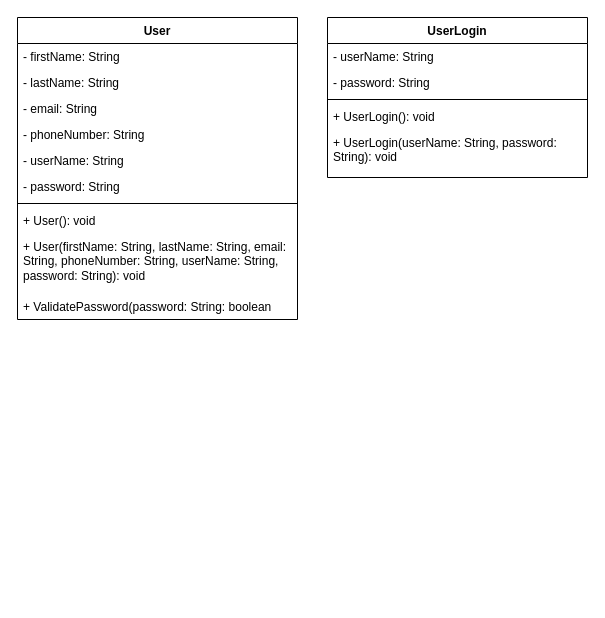
Before: Documents/UMLClassDiagrams.drawio in MTeixeiraGCU/CST-341-CLC-Project, a draw.io diagram. Source tidied: cells renumbered, new cells numbered last; positions are measured from the earlier drawing's top-left corner, leaving out a move shared by most shapes. Both pictures are drawn from the tidied source at 100%, with x=0, y=0 at pixel (17, 17).
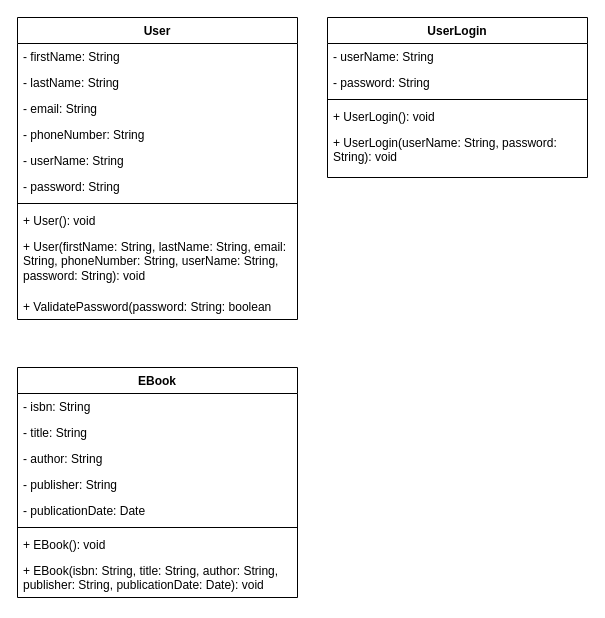
The same diagram, later.

Commit message (it also covers changes not shown here):
Created new EBook object class. Added UML and ER representations of the new class. Added a DAO object to handle the new class.

The edit, as a diff of the source:
```diff
@@
+    <mxCell id="19" value="EBook" style="swimlane;fontStyle=1;align=center;verticalAlign=top;horizontal=1;startSize=26;" parent="1" vertex="1">
+      <mxGeometry y="350" width="280" height="230" as="geometry" />
+    </mxCell>
+    <mxCell id="20" value="- isbn: String" style="text;strokeColor=none;fillColor=none;align=left;verticalAlign=top;spacingLeft=4;spacingRight=4;overflow=hidden;" parent="19" vertex="1">
+      <mxGeometry y="26" width="280" height="26" as="geometry" />
+    </mxCell>
+    <mxCell id="21" value="- title: String" style="text;strokeColor=none;fillColor=none;align=left;verticalAlign=top;spacingLeft=4;spacingRight=4;overflow=hidden;" parent="19" vertex="1">
+      <mxGeometry y="52" width="280" height="26" as="geometry" />
+    </mxCell>
+    <mxCell id="22" value="- author: String" style="text;strokeColor=none;fillColor=none;align=left;verticalAlign=top;spacingLeft=4;spacingRight=4;overflow=hidden;" parent="19" vertex="1">
+      <mxGeometry y="78" width="280" height="26" as="geometry" />
+    </mxCell>
+    <mxCell id="23" value="- publisher: String" style="text;strokeColor=none;fillColor=none;align=left;verticalAlign=top;spacingLeft=4;spacingRight=4;overflow=hidden;" parent="19" vertex="1">
+      <mxGeometry y="104" width="280" height="26" as="geometry" />
+    </mxCell>
+    <mxCell id="24" value="- publicationDate: Date" style="text;strokeColor=none;fillColor=none;align=left;verticalAlign=top;spacingLeft=4;spacingRight=4;overflow=hidden;" parent="19" vertex="1">
+      <mxGeometry y="130" width="280" height="26" as="geometry" />
+    </mxCell>
+    <mxCell id="25" style="line;strokeWidth=1;fillColor=none;align=left;verticalAlign=middle;spacingTop=-1;spacingLeft=3;spacingRight=3;labelPosition=right;" parent="19" vertex="1">
+      <mxGeometry y="156" width="280" height="8" as="geometry" />
+    </mxCell>
+    <mxCell id="26" value="+ EBook(): void" style="text;strokeColor=none;fillColor=none;align=left;verticalAlign=top;spacingLeft=4;spacingRight=4;overflow=hidden;" parent="19" vertex="1">
+      <mxGeometry y="164" width="280" height="26" as="geometry" />
+    </mxCell>
+    <mxCell id="27" value="+ EBook(isbn: String, title: String, author: String, publisher: String, publicationDate: Date): void" style="text;strokeColor=none;fillColor=none;align=left;verticalAlign=top;spacingLeft=4;spacingRight=4;overflow=hidden;whiteSpace=wrap;" parent="19" vertex="1">
+      <mxGeometry y="190" width="280" height="40" as="geometry" />
+    </mxCell>
```
